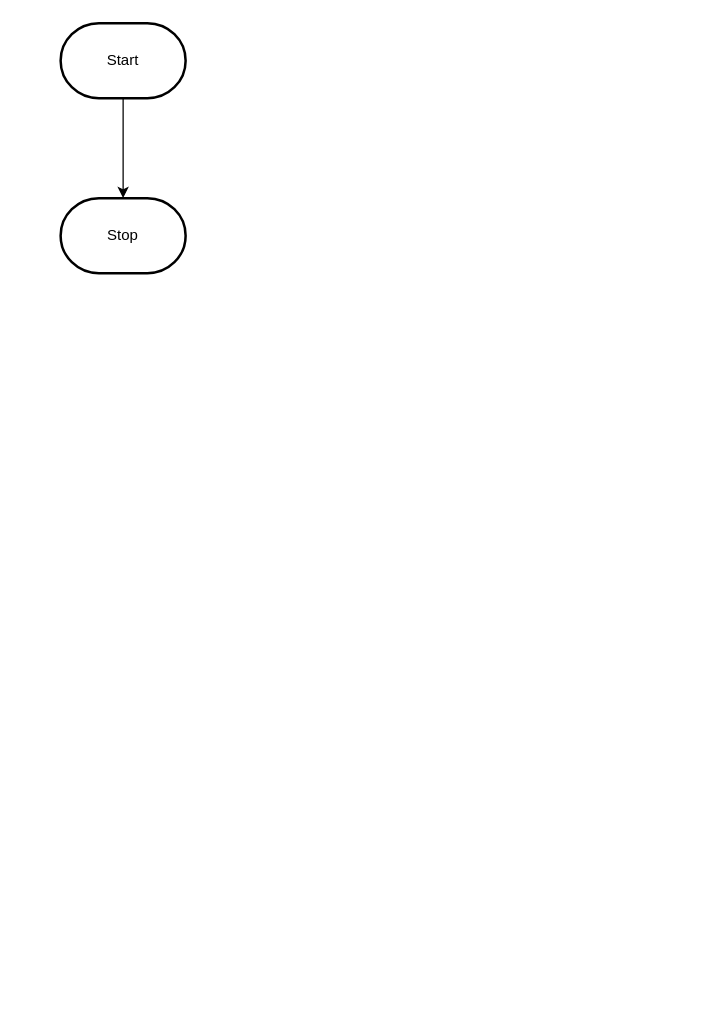
MTHS-ICD2O-1-2023/ICD2O-Unit-5-01-dang-2nguyen keeps this draw.io diagram as design/flowchart.drawio. Above is the earlier version. Source tidied: cells renumbered, new cells numbered last; positions are measured from the earlier drawing's top-left corner, leaving out a move shared by most shapes. Both pictures are drawn from the tidied source at 125%, with x=0, y=0 at pixel (60, 22).
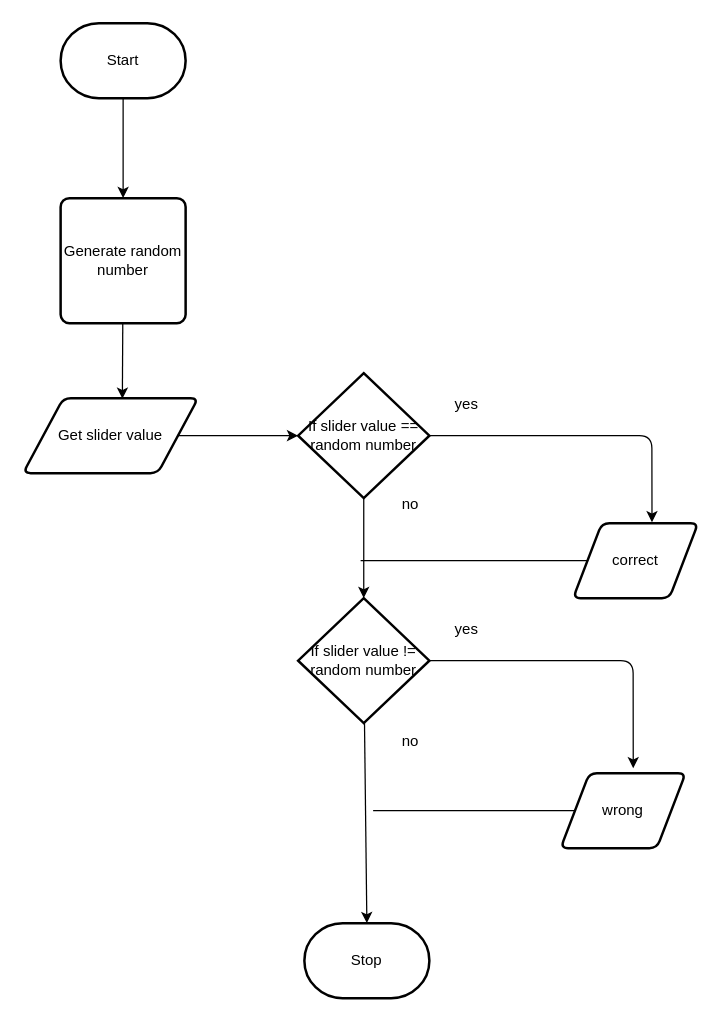
After the change.

Unchanged cells that the change refers to:
```xml
<mxCell id="3" value="Start" style="strokeWidth=2;html=1;shape=mxgraph.flowchart.terminator;whiteSpace=wrap;" parent="1" vertex="1">
  <mxGeometry width="100" height="60" as="geometry" />
</mxCell>
```

Change to the diagram source:
```diff
@@
-    <mxCell id="2" style="edgeStyle=orthogonalEdgeStyle;html=1;rounded=0;" parent="1" edge="1" source="3" target="4">
-      <mxGeometry relative="1" as="geometry" />
-    </mxCell>
+    <mxCell id="5" style="edgeStyle=none;html=1;entryX=0.5;entryY=0;entryDx=0;entryDy=0;" parent="1" edge="1" source="3" target="2">
+      <mxGeometry relative="1" as="geometry" />
+    </mxCell>
@@
     <mxCell id="4" value="Stop" style="strokeWidth=2;html=1;shape=mxgraph.flowchart.terminator;whiteSpace=wrap;" parent="1" vertex="1">
-      <mxGeometry y="140" width="100" height="60" as="geometry" />
+      <mxGeometry x="195" y="720" width="100" height="60" as="geometry" />
     </mxCell>
+    <mxCell id="6" style="edgeStyle=none;html=1;entryX=0.567;entryY=0.008;entryDx=0;entryDy=0;entryPerimeter=0;" parent="1" edge="1" source="2" target="8">
+      <mxGeometry relative="1" as="geometry" />
+    </mxCell>
+    <mxCell id="2" value="Generate random number" style="rounded=1;whiteSpace=wrap;html=1;absoluteArcSize=1;arcSize=14;strokeWidth=2;" parent="1" vertex="1">
+      <mxGeometry y="140" width="100" height="100" as="geometry" />
+    </mxCell>
+    <mxCell id="7" style="edgeStyle=none;html=1;entryX=0;entryY=0.5;entryDx=0;entryDy=0;entryPerimeter=0;" parent="1" edge="1" source="8" target="11">
+      <mxGeometry relative="1" as="geometry" />
+    </mxCell>
+    <mxCell id="8" value="Get slider value" style="shape=parallelogram;html=1;strokeWidth=2;perimeter=parallelogramPerimeter;whiteSpace=wrap;rounded=1;arcSize=12;size=0.23;" parent="1" vertex="1">
+      <mxGeometry x="-30" y="300" width="140" height="60" as="geometry" />
+    </mxCell>
+    <mxCell id="9" style="edgeStyle=none;html=1;entryX=0.631;entryY=-0.011;entryDx=0;entryDy=0;entryPerimeter=0;" parent="1" edge="1" source="11" target="15">
+      <mxGeometry relative="1" as="geometry">
+        <Array as="points">
+          <mxPoint x="473" y="330" />
+        </Array>
+      </mxGeometry>
+    </mxCell>
+    <mxCell id="10" style="edgeStyle=none;html=1;" parent="1" edge="1" source="11">
+      <mxGeometry relative="1" as="geometry">
+        <mxPoint x="242.5" y="460" as="targetPoint" />
+      </mxGeometry>
+    </mxCell>
+    <mxCell id="11" value="If slider value == random number" style="strokeWidth=2;html=1;shape=mxgraph.flowchart.decision;whiteSpace=wrap;" parent="1" vertex="1">
+      <mxGeometry x="190" y="280" width="105" height="100" as="geometry" />
+    </mxCell>
+    <mxCell id="12" value="yes" style="text;html=1;strokeColor=none;fillColor=none;align=center;verticalAlign=middle;whiteSpace=wrap;rounded=0;" parent="1" vertex="1">
+      <mxGeometry x="295" y="290" width="60" height="30" as="geometry" />
+    </mxCell>
+    <mxCell id="13" value="no" style="text;html=1;strokeColor=none;fillColor=none;align=center;verticalAlign=middle;whiteSpace=wrap;rounded=0;" parent="1" vertex="1">
+      <mxGeometry x="250" y="370" width="60" height="30" as="geometry" />
+    </mxCell>
+    <mxCell id="14" style="edgeStyle=none;html=1;endArrow=none;endFill=0;" parent="1" edge="1" source="15">
+      <mxGeometry relative="1" as="geometry">
+        <mxPoint x="240" y="430" as="targetPoint" />
+      </mxGeometry>
+    </mxCell>
+    <mxCell id="15" value="correct" style="shape=parallelogram;html=1;strokeWidth=2;perimeter=parallelogramPerimeter;whiteSpace=wrap;rounded=1;arcSize=12;size=0.23;" parent="1" vertex="1">
+      <mxGeometry x="410" y="400" width="100" height="60" as="geometry" />
+    </mxCell>
+    <mxCell id="16" style="edgeStyle=none;html=1;entryX=0.581;entryY=-0.065;entryDx=0;entryDy=0;entryPerimeter=0;" parent="1" edge="1" source="18" target="22">
+      <mxGeometry relative="1" as="geometry">
+        <Array as="points">
+          <mxPoint x="458" y="510" />
+        </Array>
+      </mxGeometry>
+    </mxCell>
+    <mxCell id="17" style="edgeStyle=none;html=1;entryX=0.5;entryY=0;entryDx=0;entryDy=0;entryPerimeter=0;" parent="1" edge="1" source="18" target="4">
+      <mxGeometry relative="1" as="geometry" />
+    </mxCell>
+    <mxCell id="18" value="If slider value != random number" style="strokeWidth=2;html=1;shape=mxgraph.flowchart.decision;whiteSpace=wrap;" parent="1" vertex="1">
+      <mxGeometry x="190" y="460" width="105" height="100" as="geometry" />
+    </mxCell>
+    <mxCell id="19" value="yes" style="text;html=1;strokeColor=none;fillColor=none;align=center;verticalAlign=middle;whiteSpace=wrap;rounded=0;" parent="1" vertex="1">
+      <mxGeometry x="295" y="470" width="60" height="30" as="geometry" />
+    </mxCell>
+    <mxCell id="20" value="no" style="text;html=1;strokeColor=none;fillColor=none;align=center;verticalAlign=middle;whiteSpace=wrap;rounded=0;" parent="1" vertex="1">
+      <mxGeometry x="250" y="560" width="60" height="30" as="geometry" />
+    </mxCell>
+    <mxCell id="21" style="edgeStyle=none;html=1;endArrow=none;endFill=0;" parent="1" edge="1" source="22">
+      <mxGeometry relative="1" as="geometry">
+        <mxPoint x="250" y="630" as="targetPoint" />
+      </mxGeometry>
+    </mxCell>
+    <mxCell id="22" value="wrong" style="shape=parallelogram;html=1;strokeWidth=2;perimeter=parallelogramPerimeter;whiteSpace=wrap;rounded=1;arcSize=12;size=0.23;" parent="1" vertex="1">
+      <mxGeometry x="400" y="600" width="100" height="60" as="geometry" />
+    </mxCell>
```
